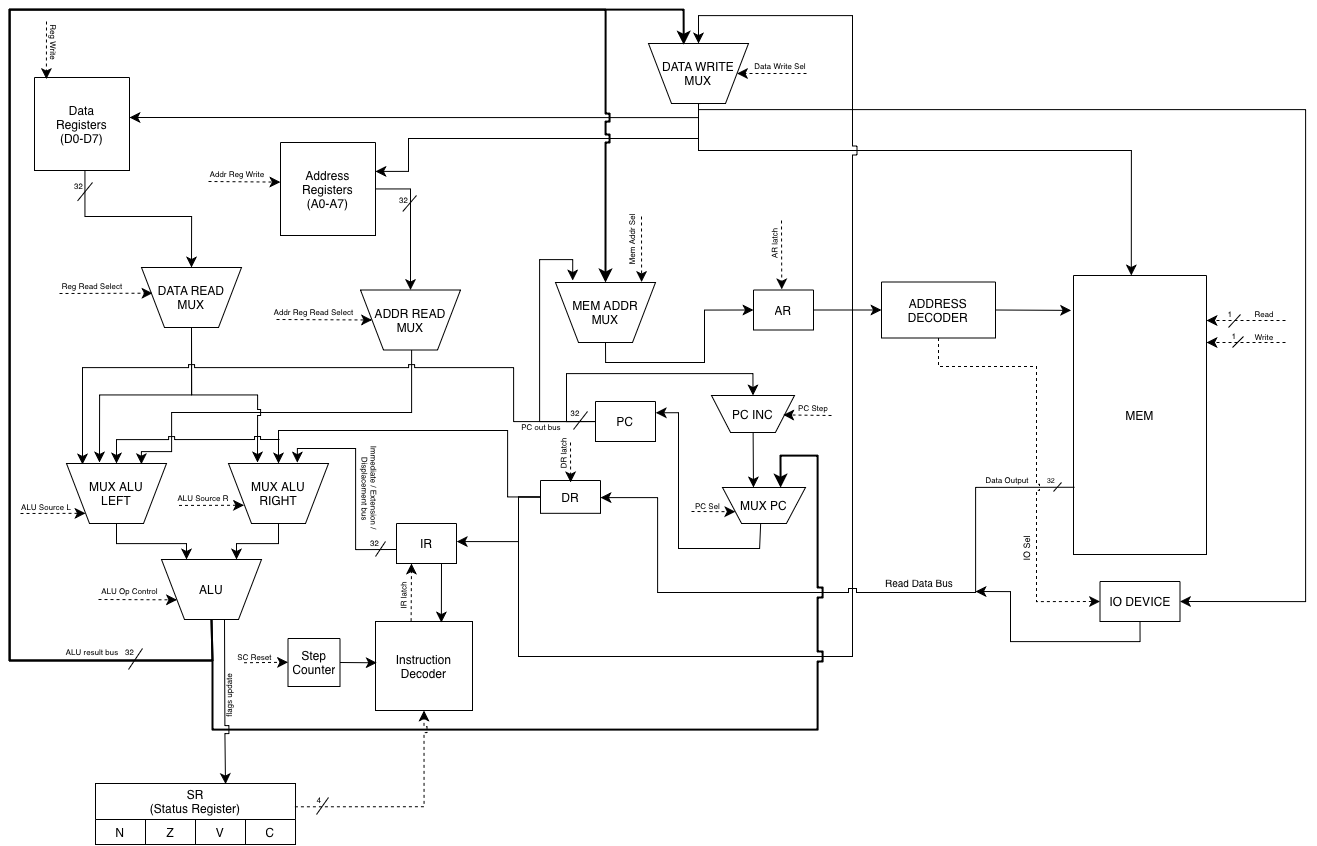
Above: ак 4сем/m68k новая.drawio.png in mayintain/itmo (draw.io), before the change. Source tidied: cells renumbered, new cells last; positions are measured from the earlier drawing's top-left corner, leaving out a move shared by most shapes.
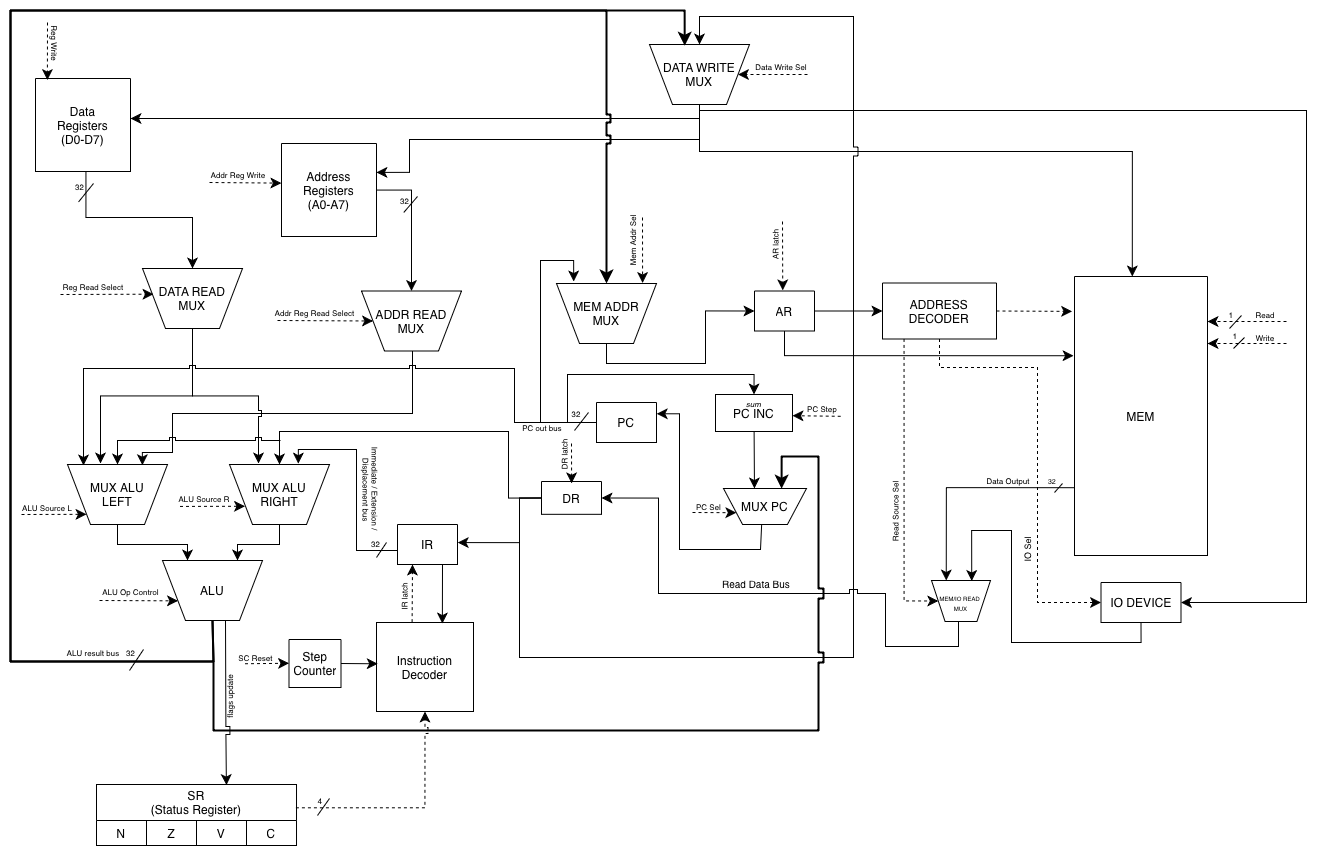
After the change.

What changed in the source:
```diff
@@ -88,7 +88,7 @@
         <Array as="points">
           <mxPoint x="557" y="412" />
           <mxPoint x="557" y="364" />
-          <mxPoint x="744" y="364" />
+          <mxPoint x="743" y="364" />
         </Array>
       </mxGeometry>
     </mxCell>
@@ -104,8 +104,8 @@
     <mxCell id="29" style="edgeStyle=none;curved=1;rounded=0;jettySize=auto;html=1;entryX=0.373;entryY=1;entryDx=0;entryDy=0;fontSize=12;startSize=8;endSize=8;entryPerimeter=0;" parent="1" edge="1" source="30" target="24">
       <mxGeometry relative="1" as="geometry" />
     </mxCell>
-    <mxCell id="30" value="PC INC" style="verticalLabelPosition=middle;verticalAlign=middle;html=1;shape=trapezoid;perimeter=trapezoidPerimeter;whiteSpace=wrap;size=0.23;arcSize=10;flipV=1;labelPosition=center;align=center;legacyAnchorPoints=0;" parent="1" vertex="1">
-      <mxGeometry x="702" y="386" width="83" height="37" as="geometry" />
+    <mxCell id="30" value="PC INC" style="verticalLabelPosition=middle;verticalAlign=middle;html=1;shape=trapezoid;perimeter=trapezoidPerimeter;whiteSpace=wrap;size=0;arcSize=10;flipV=1;labelPosition=center;align=center;legacyAnchorPoints=0;" parent="1" vertex="1">
+      <mxGeometry x="705" y="384" width="77" height="37" as="geometry" />
     </mxCell>
     <mxCell id="31" style="shape=table;startSize=0;fixedHeader=1;" parent="1" vertex="1">
       <mxGeometry x="271" y="133" width="95" height="93" as="geometry" />
@@ -144,7 +144,7 @@
     <mxCell id="40" style="edgeStyle=none;curved=1;rounded=0;jettySize=auto;html=1;exitX=1;exitY=0.5;exitDx=0;exitDy=0;fontSize=12;startSize=8;endSize=8;" parent="1" edge="1" source="19" target="37">
       <mxGeometry relative="1" as="geometry" />
     </mxCell>
-    <mxCell id="41" style="edgeStyle=none;curved=1;rounded=0;jettySize=auto;html=1;exitX=1;exitY=0.5;exitDx=0;exitDy=0;entryX=-0.018;entryY=0.125;entryDx=0;entryDy=0;entryPerimeter=0;fontSize=12;startSize=8;endSize=8;" parent="1" edge="1" source="37" target="3">
+    <mxCell id="41" style="edgeStyle=none;curved=1;rounded=0;jettySize=auto;html=1;exitX=1;exitY=0.5;exitDx=0;exitDy=0;entryX=-0.018;entryY=0.125;entryDx=0;entryDy=0;entryPerimeter=0;fontSize=12;startSize=8;endSize=8;dashed=1;" parent="1" edge="1" source="37" target="3">
       <mxGeometry relative="1" as="geometry" />
     </mxCell>
     <mxCell id="42" style="endArrow=classic;html=1;rounded=0;fontSize=12;startSize=8;endSize=8;exitX=0.5;exitY=0;exitDx=0;exitDy=0;edgeStyle=orthogonalEdgeStyle;" parent="1" edge="1" source="8">
@@ -226,14 +226,15 @@
         </Array>
       </mxGeometry>
     </mxCell>
-    <mxCell id="54" style="rounded=0;jettySize=auto;html=1;exitX=0.008;exitY=0.759;exitDx=0;exitDy=0;fontSize=12;startSize=8;endSize=8;exitPerimeter=0;edgeStyle=orthogonalEdgeStyle;jumpStyle=sharp;jumpSize=8;entryX=1;entryY=0.5;entryDx=0;entryDy=0;" parent="1" edge="1" source="3" target="6">
+    <mxCell id="54" style="rounded=0;jettySize=auto;html=1;exitX=0.5;exitY=0;exitDx=0;exitDy=0;fontSize=12;startSize=8;endSize=8;edgeStyle=orthogonalEdgeStyle;jumpStyle=sharp;jumpSize=8;entryX=1;entryY=0.5;entryDx=0;entryDy=0;" parent="1" edge="1" source="143" target="6">
       <mxGeometry relative="1" as="geometry">
         <Array as="points">
-          <mxPoint x="966" y="478" />
-          <mxPoint x="966" y="583" />
+          <mxPoint x="948" y="611" />
+          <mxPoint x="948" y="636" />
+          <mxPoint x="875" y="636" />
+          <mxPoint x="875" y="583" />
           <mxPoint x="648" y="583" />
           <mxPoint x="648" y="488" />
-          <mxPoint x="591" y="488" />
         </Array>
       </mxGeometry>
     </mxCell>
@@ -524,12 +525,12 @@
     </mxCell>
     <mxCell id="118" style="endArrow=classic;html=1;rounded=0;fontSize=12;startSize=8;endSize=8;curved=1;dashed=1;" parent="1" edge="1">
       <mxGeometry relative="1" as="geometry">
-        <mxPoint x="822" y="406" as="sourcePoint" />
-        <mxPoint x="773.8" y="405.4" as="targetPoint" />
+        <mxPoint x="830.2" y="405.8" as="sourcePoint" />
+        <mxPoint x="782" y="405.2" as="targetPoint" />
       </mxGeometry>
     </mxCell>
     <mxCell id="119" value="&lt;font style=&quot;font-size: 8px;&quot;&gt;PC Step&lt;/font&gt;" style="text;html=1;whiteSpace=wrap;strokeColor=none;fillColor=none;align=center;verticalAlign=middle;rounded=0;fontSize=16;" parent="1" vertex="1">
-      <mxGeometry x="774" y="390" width="60" height="14" as="geometry" />
+      <mxGeometry x="782" y="390" width="60" height="14" as="geometry" />
     </mxCell>
     <mxCell id="120" style="endArrow=classic;html=1;rounded=0;fontSize=12;startSize=8;endSize=8;curved=1;exitX=0.367;exitY=-0.004;exitDx=0;exitDy=0;exitPerimeter=0;entryX=0.25;entryY=1;entryDx=0;entryDy=0;dashed=1;" parent="1" edge="1" source="57" target="9">
       <mxGeometry relative="1" as="geometry" />
@@ -607,18 +608,18 @@
     <mxCell id="137" value="&lt;font style=&quot;font-size: 9px;&quot;&gt;IO Sel&lt;/font&gt;" style="text;html=1;whiteSpace=wrap;strokeColor=none;fillColor=none;align=center;verticalAlign=middle;rounded=0;fontSize=16;rotation=-90;" parent="1" vertex="1">
       <mxGeometry x="986" y="524" width="60" height="30" as="geometry" />
     </mxCell>
-    <mxCell id="138" style="edgeStyle=orthogonalEdgeStyle;rounded=0;jettySize=auto;html=1;fontSize=12;startSize=8;endSize=8;exitX=0.5;exitY=1;exitDx=0;exitDy=0;" parent="1" edge="1" source="72">
+    <mxCell id="138" style="edgeStyle=orthogonalEdgeStyle;rounded=0;jettySize=auto;html=1;fontSize=12;startSize=8;endSize=8;exitX=0.5;exitY=1;exitDx=0;exitDy=0;entryX=0.682;entryY=0.988;entryDx=0;entryDy=0;entryPerimeter=0;" parent="1" edge="1" source="72" target="143">
       <mxGeometry relative="1" as="geometry">
-        <mxPoint x="966" y="582" as="targetPoint" />
         <Array as="points">
           <mxPoint x="1131" y="632" />
           <mxPoint x="1001" y="632" />
-          <mxPoint x="1001" y="582" />
+          <mxPoint x="1001" y="520" />
+          <mxPoint x="961" y="520" />
         </Array>
       </mxGeometry>
     </mxCell>
     <mxCell id="139" value="&lt;font style=&quot;font-size: 10px;&quot;&gt;Read Data Bus&lt;/font&gt;" style="text;html=1;whiteSpace=wrap;strokeColor=none;fillColor=none;align=center;verticalAlign=middle;rounded=0;fontSize=16;" parent="1" vertex="1">
-      <mxGeometry x="846" y="557.5" width="128" height="30" as="geometry" />
+      <mxGeometry x="682" y="557.5" width="128" height="30" as="geometry" />
     </mxCell>
     <mxCell id="140" style="endArrow=classic;html=1;rounded=0;fontSize=12;startSize=8;endSize=8;entryX=1;entryY=0.5;entryDx=0;entryDy=0;edgeStyle=orthogonalEdgeStyle;" parent="1" edge="1" target="73">
       <mxGeometry relative="1" as="geometry">
@@ -630,5 +631,28 @@
         </Array>
       </mxGeometry>
     </mxCell>
+    <mxCell id="141" style="endArrow=classic;html=1;rounded=0;fontSize=12;startSize=8;endSize=8;exitX=0.5;exitY=1;exitDx=0;exitDy=0;entryX=-0.007;entryY=0.284;entryDx=0;entryDy=0;entryPerimeter=0;edgeStyle=orthogonalEdgeStyle;" parent="1" edge="1" source="18" target="2">
+      <mxGeometry relative="1" as="geometry" />
+    </mxCell>
+    <mxCell id="142" style="endArrow=classic;html=1;rounded=0;fontSize=12;startSize=8;endSize=8;exitX=-0.003;exitY=0.757;exitDx=0;exitDy=0;exitPerimeter=0;edgeStyle=orthogonalEdgeStyle;entryX=0.25;entryY=1;entryDx=0;entryDy=0;" parent="1" edge="1" source="3" target="143">
+      <mxGeometry relative="1" as="geometry" />
+    </mxCell>
+    <mxCell id="143" value="&lt;div style=&quot;line-height: 90%;&quot;&gt;&lt;font style=&quot;font-size: 6px; line-height: 90%;&quot;&gt;MEM/IO&amp;nbsp;&lt;/font&gt;&lt;span style=&quot;font-size: 6px; line-height: 90%;&quot;&gt;READ&amp;nbsp;&lt;/span&gt;&lt;/div&gt;&lt;div style=&quot;line-height: 90%;&quot;&gt;&lt;span style=&quot;font-size: 6px; line-height: 90%;&quot;&gt;MUX&lt;/span&gt;&lt;/div&gt;" style="verticalLabelPosition=middle;verticalAlign=middle;html=1;shape=trapezoid;perimeter=trapezoidPerimeter;whiteSpace=wrap;size=0.23;arcSize=10;flipV=1;labelPosition=center;align=center;legacyAnchorPoints=0;" parent="1" vertex="1">
+      <mxGeometry x="921" y="570" width="59" height="41" as="geometry" />
+    </mxCell>
+    <mxCell id="144" style="endArrow=classic;html=1;rounded=0;fontSize=12;startSize=8;endSize=8;exitX=0.189;exitY=0.999;exitDx=0;exitDy=0;exitPerimeter=0;entryX=0;entryY=0.5;entryDx=0;entryDy=0;edgeStyle=orthogonalEdgeStyle;dashed=1;" parent="1" edge="1" source="37" target="143">
+      <mxGeometry relative="1" as="geometry">
+        <Array as="points">
+          <mxPoint x="893" y="328" />
+          <mxPoint x="893" y="591" />
+        </Array>
+      </mxGeometry>
+    </mxCell>
+    <mxCell id="145" value="&lt;font style=&quot;font-size: 8px;&quot;&gt;Read Source Sel&lt;/font&gt;" style="text;html=1;whiteSpace=wrap;strokeColor=none;fillColor=none;align=center;verticalAlign=middle;rounded=0;fontSize=16;rotation=-90;" parent="1" vertex="1">
+      <mxGeometry x="840" y="486" width="87" height="30" as="geometry" />
+    </mxCell>
+    <mxCell id="146" value="&lt;i style=&quot;font-size: 12px;&quot;&gt;&lt;font style=&quot;font-size: 8px;&quot;&gt;sum&lt;/font&gt;&lt;/i&gt;" style="text;html=1;whiteSpace=wrap;strokeColor=none;fillColor=none;align=center;verticalAlign=middle;rounded=0;fontSize=16;" parent="1" vertex="1">
+      <mxGeometry x="733" y="384" width="21" height="16" as="geometry" />
+    </mxCell>
   </root>
 </mxGraphModel>
```
